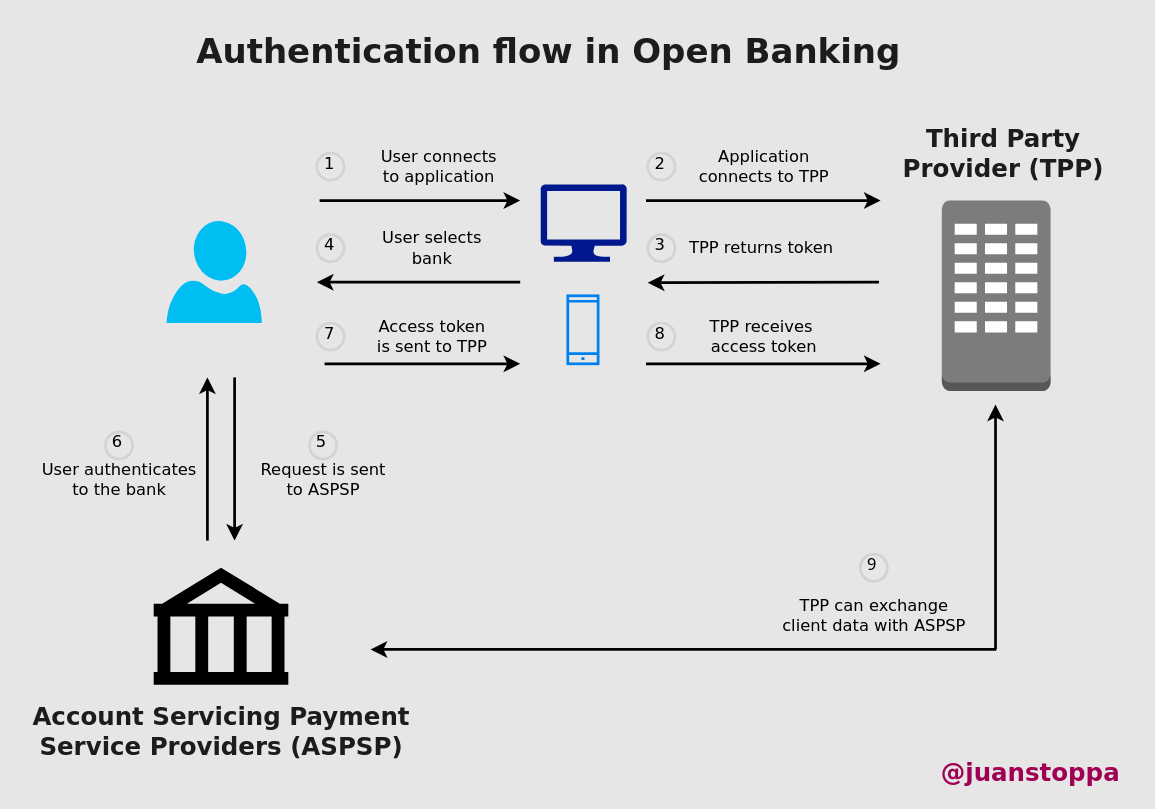
Earlier version of the draw.io diagram Untitled Diagram.drawio (jstoppa/Test). Source tidied: cells renumbered, new cells numbered last; positions are measured from the earlier drawing's top-left corner, leaving out a move shared by most shapes. Both pictures are drawn from the tidied source at 136%, with x=0, y=0 at pixel (23, 23).
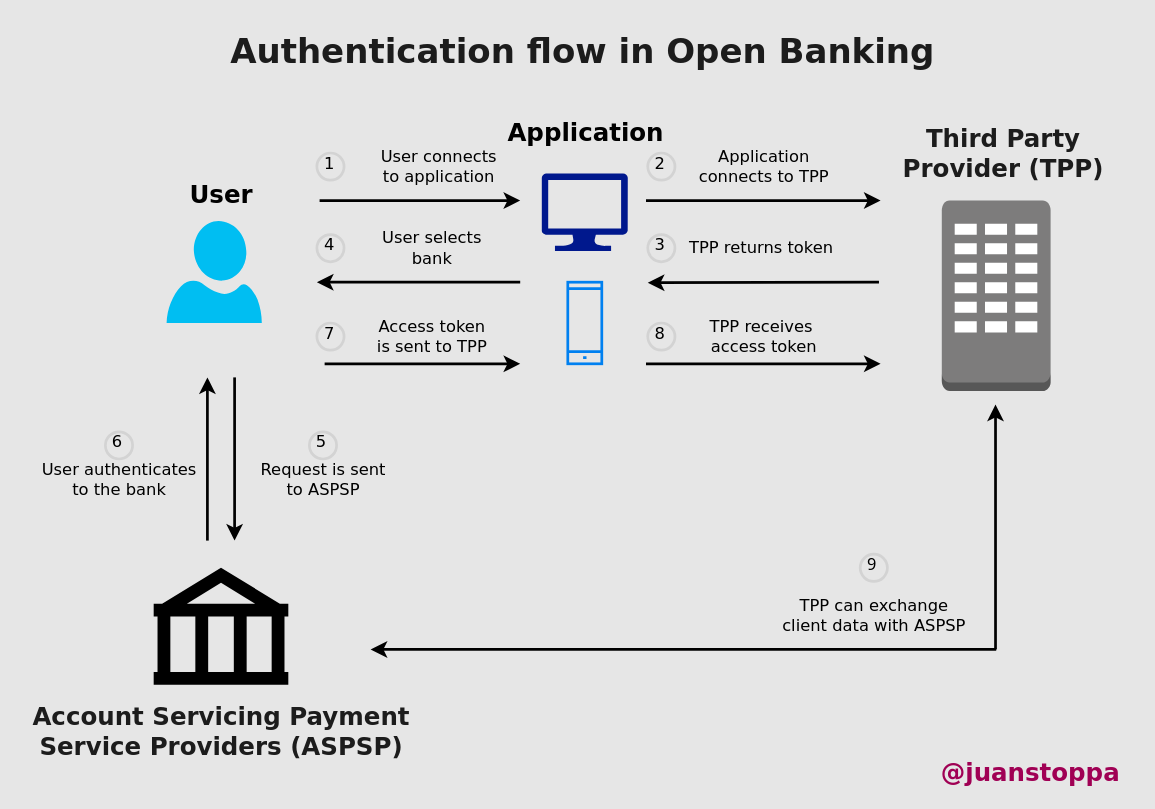
The same page after the edit.

Change to the diagram source:
```diff
@@
     <mxCell id="3" style="shadow=0;dashed=0;html=1;strokeColor=none;labelPosition=center;verticalLabelPosition=bottom;verticalAlign=top;align=center;fillColor=#00188D;shape=mxgraph.azure.computer;fontFamily=Verdana;" parent="1" vertex="1">
-      <mxGeometry x="380" y="118" width="63.3" height="57" as="geometry" />
+      <mxGeometry x="380.8" y="110" width="63.3" height="57" as="geometry" />
     </mxCell>
     <mxCell id="4" style="html=1;verticalLabelPosition=bottom;align=center;labelBackgroundColor=none;verticalAlign=top;strokeWidth=2;strokeColor=#0080F0;shadow=0;dashed=0;shape=mxgraph.ios7.icons.smartphone;fontFamily=Verdana;fillColor=none;" parent="1" vertex="1">
-      <mxGeometry x="400" y="200" width="22.3" height="50" as="geometry" />
+      <mxGeometry x="400" y="190" width="25" height="60" as="geometry" />
     </mxCell>
@@
     <mxCell id="37" value="&lt;span style=&quot;box-sizing: border-box; color: rgba(0, 0, 0, 0.88); font-size: 25px; text-align: left;&quot;&gt;Authentication flow in Open Banking&amp;nbsp;&lt;/span&gt;" style="text;html=1;align=center;verticalAlign=middle;fillColor=none;strokeColor=none;rounded=0;strokeWidth=3;fontSize=25;fontFamily=Verdana;fontStyle=1;labelBackgroundColor=none;" parent="1" vertex="1">
-      <mxGeometry x="119.5" width="540" height="40" as="geometry" />
+      <mxGeometry x="145" width="540" height="40" as="geometry" />
     </mxCell>
@@
+    <mxCell id="39" value="&lt;div style=&quot;text-align: left&quot;&gt;&lt;span style=&quot;font-size: 18px&quot;&gt;&lt;font&gt;Application&lt;/font&gt;&lt;/span&gt;&lt;/div&gt;" style="text;html=1;align=center;verticalAlign=middle;fillColor=none;strokeColor=none;rounded=0;strokeWidth=3;fontSize=15;fontFamily=Verdana;fontStyle=1;labelBackgroundColor=none;" parent="1" vertex="1">
+      <mxGeometry x="347.5" y="70" width="130" height="20" as="geometry" />
+    </mxCell>
+    <mxCell id="40" value="&lt;div style=&quot;text-align: left&quot;&gt;&lt;span style=&quot;font-size: 18px&quot;&gt;&lt;font&gt;User&lt;/font&gt;&lt;/span&gt;&lt;/div&gt;" style="text;html=1;align=center;verticalAlign=middle;fillColor=none;strokeColor=none;rounded=0;strokeWidth=3;fontSize=15;fontFamily=Verdana;fontStyle=1;labelBackgroundColor=none;" parent="1" vertex="1">
+      <mxGeometry x="115" y="115" width="60" height="20" as="geometry" />
+    </mxCell>
```
